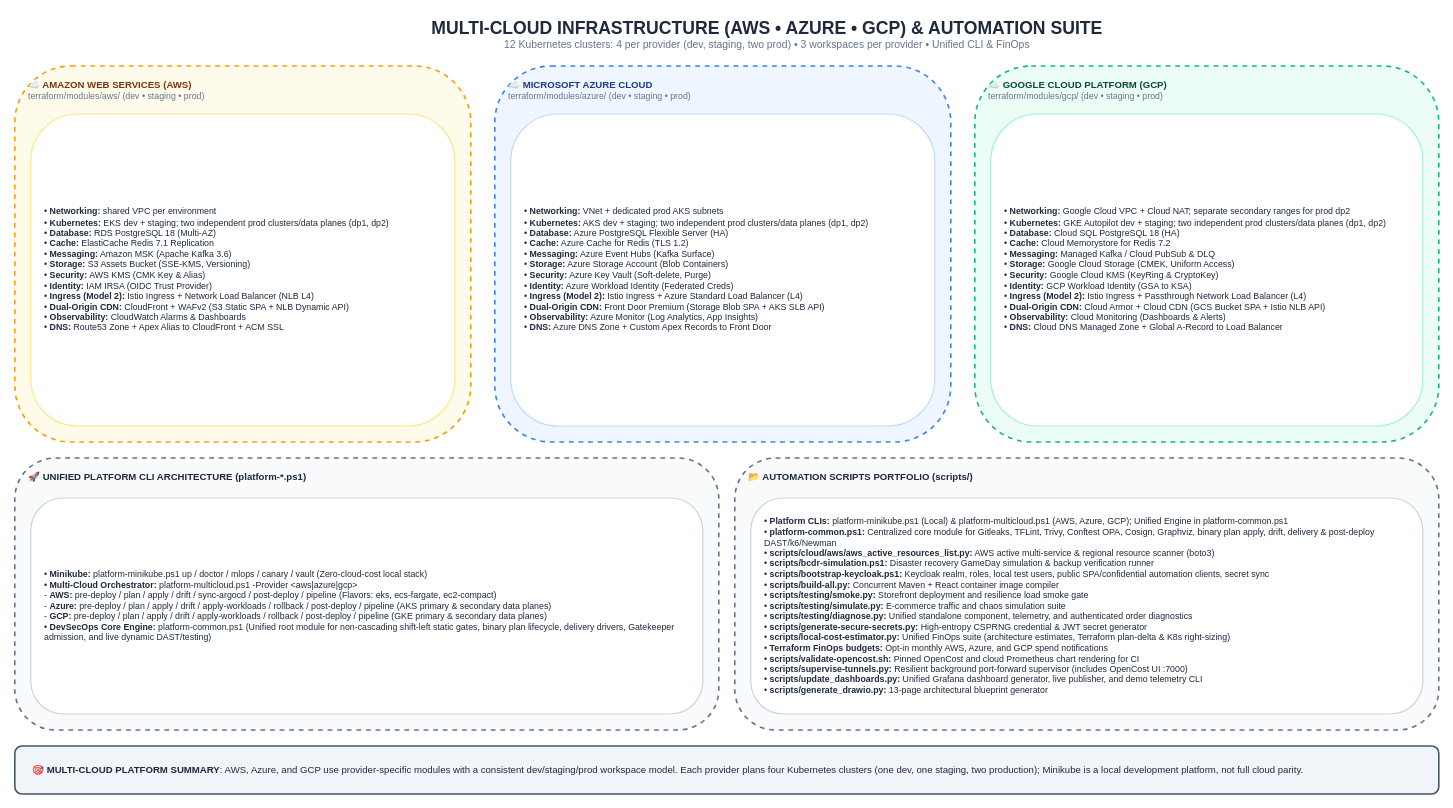
Earlier version of the draw.io diagram page "11. Multi-Cloud IaC & CLI Automation Suite" (11 of 16) of docs/Diagrams.drawio (GeorgeGxx/microservices-architecture). Source tidied: cells renumbered, new cells numbered last; positions are measured from the earlier drawing's top-left corner, leaving out a move shared by most shapes. Both pictures are drawn from the tidied source at 80%, with x=0, y=0 at pixel (14, 14).
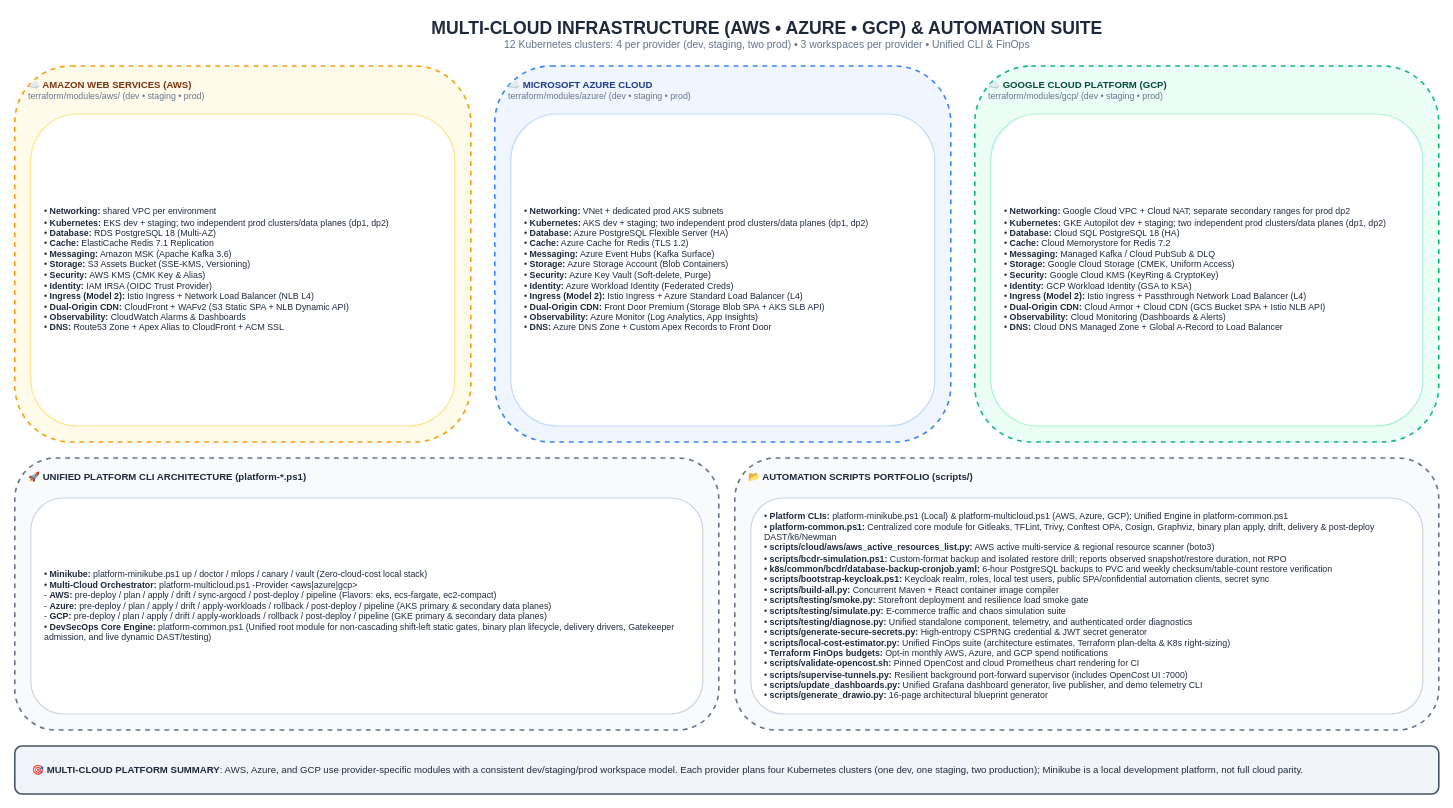
Above is the later version.

What changed in the source:
```diff
@@
 <mxGraphModel>
   <root>
     <mxCell id="0" />
     <mxCell id="1" parent="0" />
     <mxCell id="2" value="&lt;b style='font-size:22px;color:#1E293B;'&gt;MULTI-CLOUD INFRASTRUCTURE (AWS • AZURE • GCP) &amp; AUTOMATION SUITE&lt;/b&gt;&lt;br&gt;&lt;span style='font-size:13px;color:#64748B;'&gt;12 Kubernetes clusters: 4 per provider (dev, staging, two prod) • 3 workspaces per provider • Unified CLI &amp; FinOps&lt;/span&gt;" style="text;html=1;align=center;verticalAlign=middle;rounded=0;" parent="1" vertex="1">
       <mxGeometry x="240" width="1400" height="50" as="geometry" />
     </mxCell>
     <mxCell id="3" value="&lt;b&gt;☁️ AMAZON WEB SERVICES (AWS)&lt;/b&gt;&lt;br&gt;&lt;span style='font-size:11px;color:#64748B;'&gt;terraform/modules/aws/ (dev • staging • prod)&lt;/span&gt;" style="rounded=1;whiteSpace=wrap;html=1;fillColor=#FFFBEB;strokeColor=#F59E0B;strokeWidth=2;verticalAlign=top;align=left;spacingLeft=15;spacingTop=10;fontColor=#78350F;fontSize=12;dashed=1;" parent="1" vertex="1">
       <mxGeometry y="65" width="570" height="470" as="geometry" />
     </mxCell>
     <mxCell id="4" value="• &lt;b&gt;Networking:&lt;/b&gt; shared VPC per environment&lt;br&gt;• &lt;b&gt;Kubernetes:&lt;/b&gt; EKS dev + staging; two independent prod clusters/data planes (dp1, dp2)&lt;br&gt;• &lt;b&gt;Database:&lt;/b&gt; RDS PostgreSQL 18 (Multi-AZ)&lt;br&gt;• &lt;b&gt;Cache:&lt;/b&gt; ElastiCache Redis 7.1 Replication&lt;br&gt;• &lt;b&gt;Messaging:&lt;/b&gt; Amazon MSK (Apache Kafka 3.6)&lt;br&gt;• &lt;b&gt;Storage:&lt;/b&gt; S3 Assets Bucket (SSE-KMS, Versioning)&lt;br&gt;• &lt;b&gt;Security:&lt;/b&gt; AWS KMS (CMK Key &amp; Alias)&lt;br&gt;• &lt;b&gt;Identity:&lt;/b&gt; IAM IRSA (OIDC Trust Provider)&lt;br&gt;• &lt;b&gt;Ingress (Model 2):&lt;/b&gt; Istio Ingress + Network Load Balancer (NLB L4)&lt;br&gt;• &lt;b&gt;Dual-Origin CDN:&lt;/b&gt; CloudFront + WAFv2 (S3 Static SPA + NLB Dynamic API)&lt;br&gt;• &lt;b&gt;Observability:&lt;/b&gt; CloudWatch Alarms &amp; Dashboards&lt;br&gt;• &lt;b&gt;DNS:&lt;/b&gt; Route53 Zone + Apex Alias to CloudFront + ACM SSL" style="rounded=1;whiteSpace=wrap;html=1;fillColor=#FFFFFF;strokeColor=#FDE68A;strokeWidth=1.5;fontColor=#1E293B;fontSize=11;align=left;spacingLeft=15;" parent="1" vertex="1">
       <mxGeometry x="20" y="125" width="530" height="390" as="geometry" />
     </mxCell>
     <mxCell id="5" value="&lt;b&gt;☁️ MICROSOFT AZURE CLOUD&lt;/b&gt;&lt;br&gt;&lt;span style='font-size:11px;color:#64748B;'&gt;terraform/modules/azure/ (dev • staging • prod)&lt;/span&gt;" style="rounded=1;whiteSpace=wrap;html=1;fillColor=#EFF6FF;strokeColor=#3B82F6;strokeWidth=2;verticalAlign=top;align=left;spacingLeft=15;spacingTop=10;fontColor=#1E3A8A;fontSize=12;dashed=1;" parent="1" vertex="1">
       <mxGeometry x="600" y="65" width="570" height="470" as="geometry" />
     </mxCell>
     <mxCell id="6" value="• &lt;b&gt;Networking:&lt;/b&gt; VNet + dedicated prod AKS subnets&lt;br&gt;• &lt;b&gt;Kubernetes:&lt;/b&gt; AKS dev + staging; two independent prod clusters/data planes (dp1, dp2)&lt;br&gt;• &lt;b&gt;Database:&lt;/b&gt; Azure PostgreSQL Flexible Server (HA)&lt;br&gt;• &lt;b&gt;Cache:&lt;/b&gt; Azure Cache for Redis (TLS 1.2)&lt;br&gt;• &lt;b&gt;Messaging:&lt;/b&gt; Azure Event Hubs (Kafka Surface)&lt;br&gt;• &lt;b&gt;Storage:&lt;/b&gt; Azure Storage Account (Blob Containers)&lt;br&gt;• &lt;b&gt;Security:&lt;/b&gt; Azure Key Vault (Soft-delete, Purge)&lt;br&gt;• &lt;b&gt;Identity:&lt;/b&gt; Azure Workload Identity (Federated Creds)&lt;br&gt;• &lt;b&gt;Ingress (Model 2):&lt;/b&gt; Istio Ingress + Azure Standard Load Balancer (L4)&lt;br&gt;• &lt;b&gt;Dual-Origin CDN:&lt;/b&gt; Front Door Premium (Storage Blob SPA + AKS SLB API)&lt;br&gt;• &lt;b&gt;Observability:&lt;/b&gt; Azure Monitor (Log Analytics, App Insights)&lt;br&gt;• &lt;b&gt;DNS:&lt;/b&gt; Azure DNS Zone + Custom Apex Records to Front Door" style="rounded=1;whiteSpace=wrap;html=1;fillColor=#FFFFFF;strokeColor=#BFDBFE;strokeWidth=1.5;fontColor=#1E293B;fontSize=11;align=left;spacingLeft=15;" parent="1" vertex="1">
       <mxGeometry x="620" y="125" width="530" height="390" as="geometry" />
     </mxCell>
     <mxCell id="7" value="&lt;b&gt;☁️ GOOGLE CLOUD PLATFORM (GCP)&lt;/b&gt;&lt;br&gt;&lt;span style='font-size:11px;color:#64748B;'&gt;terraform/modules/gcp/ (dev • staging • prod)&lt;/span&gt;" style="rounded=1;whiteSpace=wrap;html=1;fillColor=#ECFDF5;strokeColor=#10B981;strokeWidth=2;verticalAlign=top;align=left;spacingLeft=15;spacingTop=10;fontColor=#064E3B;fontSize=12;dashed=1;" parent="1" vertex="1">
       <mxGeometry x="1200" y="65" width="580" height="470" as="geometry" />
     </mxCell>
     <mxCell id="8" value="• &lt;b&gt;Networking:&lt;/b&gt; Google Cloud VPC + Cloud NAT; separate secondary ranges for prod dp2&lt;br&gt;• &lt;b&gt;Kubernetes:&lt;/b&gt; GKE Autopilot dev + staging; two independent prod clusters/data planes (dp1, dp2)&lt;br&gt;• &lt;b&gt;Database:&lt;/b&gt; Cloud SQL PostgreSQL 18 (HA)&lt;br&gt;• &lt;b&gt;Cache:&lt;/b&gt; Cloud Memorystore for Redis 7.2&lt;br&gt;• &lt;b&gt;Messaging:&lt;/b&gt; Managed Kafka / Cloud PubSub &amp; DLQ&lt;br&gt;• &lt;b&gt;Storage:&lt;/b&gt; Google Cloud Storage (CMEK, Uniform Access)&lt;br&gt;• &lt;b&gt;Security:&lt;/b&gt; Google Cloud KMS (KeyRing &amp; CryptoKey)&lt;br&gt;• &lt;b&gt;Identity:&lt;/b&gt; GCP Workload Identity (GSA to KSA)&lt;br&gt;• &lt;b&gt;Ingress (Model 2):&lt;/b&gt; Istio Ingress + Passthrough Network Load Balancer (L4)&lt;br&gt;• &lt;b&gt;Dual-Origin CDN:&lt;/b&gt; Cloud Armor + Cloud CDN (GCS Bucket SPA + Istio NLB API)&lt;br&gt;• &lt;b&gt;Observability:&lt;/b&gt; Cloud Monitoring (Dashboards &amp; Alerts)&lt;br&gt;• &lt;b&gt;DNS:&lt;/b&gt; Cloud DNS Managed Zone + Global A-Record to Load Balancer" style="rounded=1;whiteSpace=wrap;html=1;fillColor=#FFFFFF;strokeColor=#A7F3D0;strokeWidth=1.5;fontColor=#1E293B;fontSize=11;align=left;spacingLeft=15;" parent="1" vertex="1">
       <mxGeometry x="1220" y="125" width="540" height="390" as="geometry" />
     </mxCell>
     <mxCell id="9" value="&lt;b&gt;🚀 UNIFIED PLATFORM CLI ARCHITECTURE (platform-*.ps1)&lt;/b&gt;" style="rounded=1;whiteSpace=wrap;html=1;fillColor=#F8FAFC;strokeColor=#64748B;strokeWidth=2;verticalAlign=top;align=left;spacingLeft=15;spacingTop=10;fontColor=#1E293B;fontSize=12;dashed=1;" parent="1" vertex="1">
       <mxGeometry y="555" width="880" height="340" as="geometry" />
     </mxCell>
     <mxCell id="10" value="• &lt;b&gt;Minikube:&lt;/b&gt; platform-minikube.ps1 up / doctor / mlops / canary / vault (Zero-cloud-cost local stack)&lt;br&gt;• &lt;b&gt;Multi-Cloud Orchestrator:&lt;/b&gt; platform-multicloud.ps1 -Provider &amp;lt;aws|azure|gcp&amp;gt;&lt;br&gt;  - &lt;b&gt;AWS:&lt;/b&gt; pre-deploy / plan / apply / drift / sync-argocd / post-deploy / pipeline (Flavors: eks, ecs-fargate, ec2-compact)&lt;br&gt;  - &lt;b&gt;Azure:&lt;/b&gt; pre-deploy / plan / apply / drift / apply-workloads / rollback / post-deploy / pipeline (AKS primary &amp; secondary data planes)&lt;br&gt;  - &lt;b&gt;GCP:&lt;/b&gt; pre-deploy / plan / apply / drift / apply-workloads / rollback / post-deploy / pipeline (GKE primary &amp; secondary data planes)&lt;br&gt;• &lt;b&gt;DevSecOps Core Engine:&lt;/b&gt; platform-common.ps1 (Unified root module for non-cascading shift-left static gates, binary plan lifecycle, delivery drivers, Gatekeeper admission, and live dynamic DAST/testing)" style="rounded=1;whiteSpace=wrap;html=1;fillColor=#FFFFFF;strokeColor=#CBD5E1;strokeWidth=1.5;fontColor=#1E293B;fontSize=11;align=left;spacingLeft=15;" parent="1" vertex="1">
       <mxGeometry x="20" y="605" width="840" height="270" as="geometry" />
     </mxCell>
     <mxCell id="11" value="&lt;b&gt;📂 AUTOMATION SCRIPTS PORTFOLIO (scripts/)&lt;/b&gt;" style="rounded=1;whiteSpace=wrap;html=1;fillColor=#F8FAFC;strokeColor=#64748B;strokeWidth=2;verticalAlign=top;align=left;spacingLeft=15;spacingTop=10;fontColor=#1E293B;fontSize=12;dashed=1;" parent="1" vertex="1">
       <mxGeometry x="900" y="555" width="880" height="340" as="geometry" />
     </mxCell>
-    <mxCell id="12" value="• &lt;b&gt;Platform CLIs:&lt;/b&gt; platform-minikube.ps1 (Local) &amp; platform-multicloud.ps1 (AWS, Azure, GCP); Unified Engine in platform-common.ps1&lt;br&gt;• &lt;b&gt;platform-common.ps1:&lt;/b&gt; Centralized core module for Gitleaks, TFLint, Trivy, Conftest OPA, Cosign, Graphviz, binary plan apply, drift, delivery &amp; post-deploy DAST/k6/Newman&lt;br&gt;• &lt;b&gt;scripts/cloud/aws/aws_active_resources_list.py:&lt;/b&gt; AWS active multi-service &amp; regional resource scanner (boto3)&lt;br&gt;• &lt;b&gt;scripts/bcdr-simulation.ps1:&lt;/b&gt; Disaster recovery GameDay simulation &amp; backup verification runner&lt;br&gt;• &lt;b&gt;scripts/bootstrap-keycloak.ps1:&lt;/b&gt; Keycloak realm, roles, local test users, public SPA/confidential automation clients, secret sync&lt;br&gt;• &lt;b&gt;scripts/build-all.py:&lt;/b&gt; Concurrent Maven + React container image compiler&lt;br&gt;• &lt;b&gt;scripts/testing/smoke.py:&lt;/b&gt; Storefront deployment and resilience load smoke gate&lt;br&gt;• &lt;b&gt;scripts/testing/simulate.py:&lt;/b&gt; E-commerce traffic and chaos simulation suite&lt;br&gt;• &lt;b&gt;scripts/testing/diagnose.py:&lt;/b&gt; Unified standalone component, telemetry, and authenticated order diagnostics&lt;br&gt;• &lt;b&gt;scripts/generate-secure-secrets.py:&lt;/b&gt; High-entropy CSPRNG credential &amp; JWT secret generator&lt;br&gt;• &lt;b&gt;scripts/local-cost-estimator.py:&lt;/b&gt; Unified FinOps suite (architecture estimates, Terraform plan-delta &amp; K8s right-sizing)&lt;br&gt;• &lt;b&gt;Terraform FinOps budgets:&lt;/b&gt; Opt-in monthly AWS, Azure, and GCP spend notifications&lt;br&gt;• &lt;b&gt;scripts/validate-opencost.sh:&lt;/b&gt; Pinned OpenCost and cloud Prometheus chart rendering for CI&lt;br&gt;• &lt;b&gt;scripts/supervise-tunnels.py:&lt;/b&gt; Resilient background port-forward supervisor (includes OpenCost UI :7000)&lt;br&gt;• &lt;b&gt;scripts/update_dashboards.py:&lt;/b&gt; Unified Grafana dashboard generator, live publisher, and demo telemetry CLI&lt;br&gt;• &lt;b&gt;scripts/generate_drawio.py:&lt;/b&gt; 13-page architectural blueprint generator" style="rounded=1;whiteSpace=wrap;html=1;fillColor=#FFFFFF;strokeColor=#CBD5E1;strokeWidth=1.5;fontColor=#1E293B;fontSize=11;align=left;spacingLeft=15;" parent="1" vertex="1">
+    <mxCell id="12" value="• &lt;b&gt;Platform CLIs:&lt;/b&gt; platform-minikube.ps1 (Local) &amp; platform-multicloud.ps1 (AWS, Azure, GCP); Unified Engine in platform-common.ps1&lt;br&gt;• &lt;b&gt;platform-common.ps1:&lt;/b&gt; Centralized core module for Gitleaks, TFLint, Trivy, Conftest OPA, Cosign, Graphviz, binary plan apply, drift, delivery &amp; post-deploy DAST/k6/Newman&lt;br&gt;• &lt;b&gt;scripts/cloud/aws/aws_active_resources_list.py:&lt;/b&gt; AWS active multi-service &amp; regional resource scanner (boto3)&lt;br&gt;• &lt;b&gt;scripts/bcdr-simulation.ps1:&lt;/b&gt; Custom-format backup and isolated restore drill; reports observed snapshot/restore duration, not RPO&lt;br&gt;• &lt;b&gt;k8s/common/bcdr/database-backup-cronjob.yaml:&lt;/b&gt; 6-hour PostgreSQL backups to PVC and weekly checksum/table-count restore verification&lt;br&gt;• &lt;b&gt;scripts/bootstrap-keycloak.ps1:&lt;/b&gt; Keycloak realm, roles, local test users, public SPA/confidential automation clients, secret sync&lt;br&gt;• &lt;b&gt;scripts/build-all.py:&lt;/b&gt; Concurrent Maven + React container image compiler&lt;br&gt;• &lt;b&gt;scripts/testing/smoke.py:&lt;/b&gt; Storefront deployment and resilience load smoke gate&lt;br&gt;• &lt;b&gt;scripts/testing/simulate.py:&lt;/b&gt; E-commerce traffic and chaos simulation suite&lt;br&gt;• &lt;b&gt;scripts/testing/diagnose.py:&lt;/b&gt; Unified standalone component, telemetry, and authenticated order diagnostics&lt;br&gt;• &lt;b&gt;scripts/generate-secure-secrets.py:&lt;/b&gt; High-entropy CSPRNG credential &amp; JWT secret generator&lt;br&gt;• &lt;b&gt;scripts/local-cost-estimator.py:&lt;/b&gt; Unified FinOps suite (architecture estimates, Terraform plan-delta &amp; K8s right-sizing)&lt;br&gt;• &lt;b&gt;Terraform FinOps budgets:&lt;/b&gt; Opt-in monthly AWS, Azure, and GCP spend notifications&lt;br&gt;• &lt;b&gt;scripts/validate-opencost.sh:&lt;/b&gt; Pinned OpenCost and cloud Prometheus chart rendering for CI&lt;br&gt;• &lt;b&gt;scripts/supervise-tunnels.py:&lt;/b&gt; Resilient background port-forward supervisor (includes OpenCost UI :7000)&lt;br&gt;• &lt;b&gt;scripts/update_dashboards.py:&lt;/b&gt; Unified Grafana dashboard generator, live publisher, and demo telemetry CLI&lt;br&gt;• &lt;b&gt;scripts/generate_drawio.py:&lt;/b&gt; 16-page architectural blueprint generator" style="rounded=1;whiteSpace=wrap;html=1;fillColor=#FFFFFF;strokeColor=#CBD5E1;strokeWidth=1.5;fontColor=#1E293B;fontSize=11;align=left;spacingLeft=15;" parent="1" vertex="1">
       <mxGeometry x="920" y="605" width="840" height="270" as="geometry" />
     </mxCell>
     <mxCell id="13" value="&lt;b&gt;🎯 MULTI-CLOUD PLATFORM SUMMARY&lt;/b&gt;: AWS, Azure, and GCP use provider-specific modules with a consistent dev/staging/prod workspace model. Each provider plans four Kubernetes clusters (one dev, one staging, two production); Minikube is a local development platform, not full cloud parity." style="rounded=1;whiteSpace=wrap;html=1;fillColor=#F1F5F9;strokeColor=#475569;strokeWidth=2;fontColor=#1E293B;fontSize=12;align=left;spacingLeft=20;" parent="1" vertex="1">
       <mxGeometry y="915" width="1780" height="60" as="geometry" />
     </mxCell>
   </root>
 </mxGraphModel>
```
